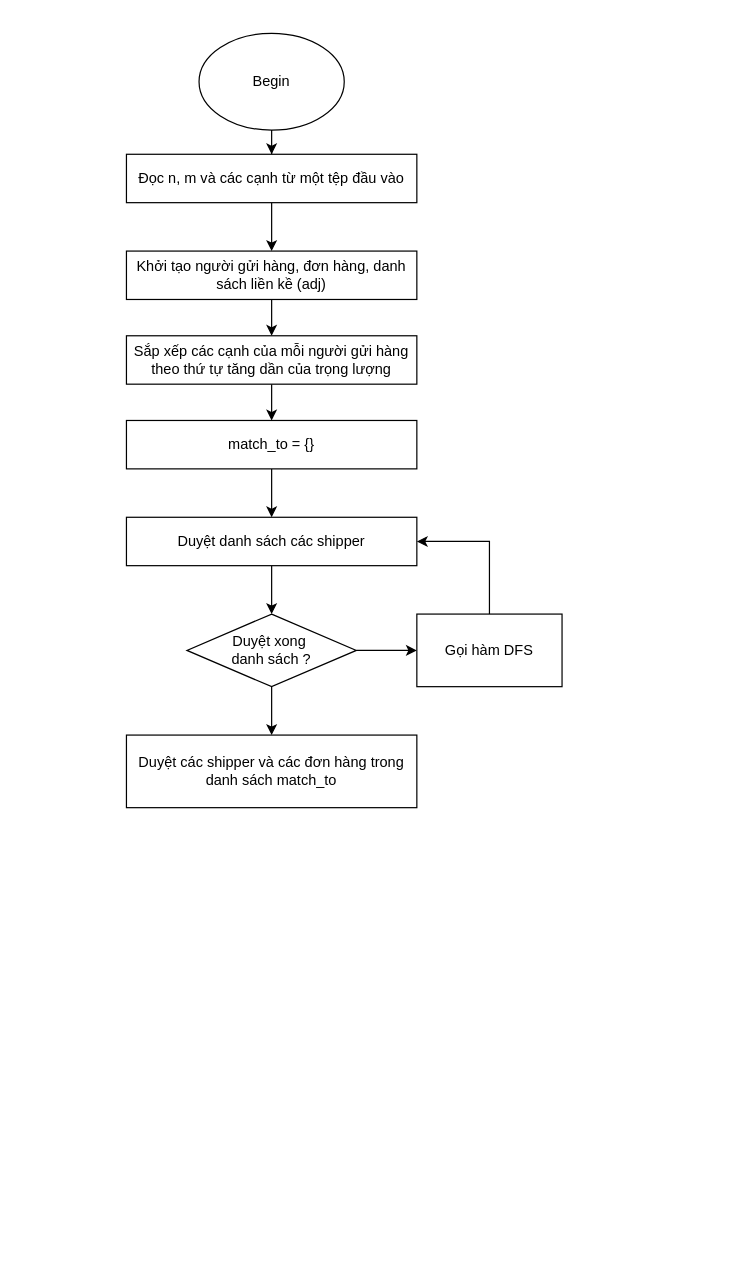
Earlier version of the draw.io diagram DFS.drawio (106210049/OOP_excercise). Source tidied: cells renumbered, new cells numbered last; positions are measured from the earlier drawing's top-left corner, leaving out a move shared by most shapes. Both pictures are drawn from the tidied source at 121%, with x=0, y=0 at pixel (126, 33).
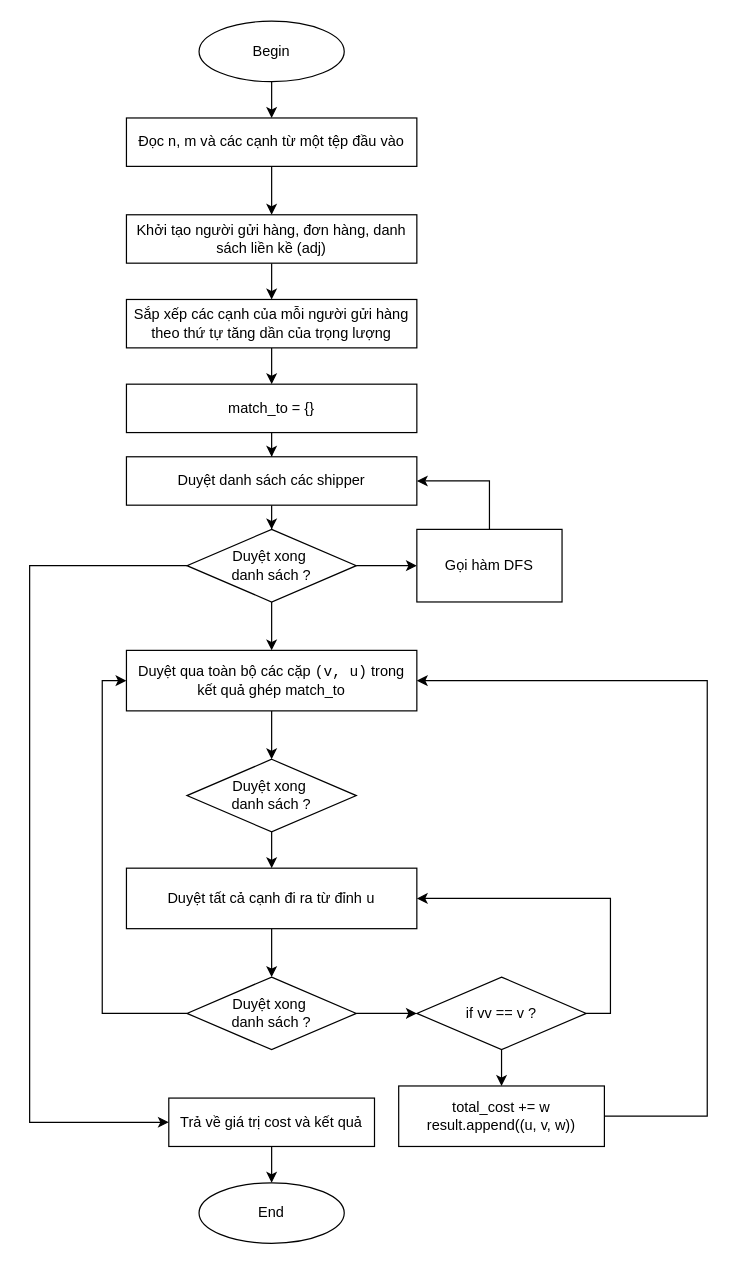
The same diagram, later.

Change to the diagram source:
```diff
@@
     <mxCell id="3" value="Begin" style="ellipse;whiteSpace=wrap;html=1;" parent="1" vertex="1">
-      <mxGeometry x="60" width="120" height="80" as="geometry" />
+      <mxGeometry x="60" y="-10" width="120" height="50" as="geometry" />
     </mxCell>
@@
     <mxCell id="5" value="Đọc n, m và các cạnh từ một tệp đầu vào" style="rounded=0;whiteSpace=wrap;html=1;" parent="1" vertex="1">
-      <mxGeometry y="100" width="240" height="40" as="geometry" />
+      <mxGeometry y="70" width="240" height="40" as="geometry" />
     </mxCell>
@@
     <mxCell id="7" value="Khởi tạo người gửi hàng, đơn hàng, danh sách liền kề (adj)" style="rounded=0;whiteSpace=wrap;html=1;" parent="1" vertex="1">
-      <mxGeometry y="180" width="240" height="40" as="geometry" />
+      <mxGeometry y="150" width="240" height="40" as="geometry" />
     </mxCell>
@@
     <mxCell id="9" value="Sắp xếp các cạnh của mỗi người gửi hàng theo thứ tự tăng dần của trọng lượng" style="rounded=0;whiteSpace=wrap;html=1;" parent="1" vertex="1">
-      <mxGeometry y="250" width="240" height="40" as="geometry" />
+      <mxGeometry y="220" width="240" height="40" as="geometry" />
     </mxCell>
@@
     <mxCell id="11" value="match_to = {}" style="rounded=0;whiteSpace=wrap;html=1;" parent="1" vertex="1">
-      <mxGeometry y="320" width="240" height="40" as="geometry" />
+      <mxGeometry y="290" width="240" height="40" as="geometry" />
     </mxCell>
@@
     <mxCell id="13" value="Duyệt danh sách các shipper" style="rounded=0;whiteSpace=wrap;html=1;" parent="1" vertex="1">
-      <mxGeometry y="400" width="240" height="40" as="geometry" />
+      <mxGeometry y="350" width="240" height="40" as="geometry" />
     </mxCell>
@@
+    <mxCell id="20" style="edgeStyle=orthogonalEdgeStyle;rounded=0;jettySize=auto;html=1;exitX=0;exitY=0.5;exitDx=0;exitDy=0;entryX=0;entryY=0.5;entryDx=0;entryDy=0;" parent="1" edge="1" source="16" target="35">
+      <mxGeometry relative="1" as="geometry">
+        <Array as="points">
+          <mxPoint x="-80" y="440" />
+          <mxPoint x="-80" y="900" />
+        </Array>
+      </mxGeometry>
+    </mxCell>
     <mxCell id="16" value="Duyệt xong&amp;nbsp;&lt;div&gt;danh sách ?&lt;/div&gt;" style="rhombus;whiteSpace=wrap;html=1;" parent="1" vertex="1">
-      <mxGeometry x="50" y="480" width="140" height="60" as="geometry" />
+      <mxGeometry x="50" y="410" width="140" height="60" as="geometry" />
     </mxCell>
@@
     <mxCell id="18" value="Gọi hàm DFS" style="rounded=0;whiteSpace=wrap;html=1;" parent="1" vertex="1">
-      <mxGeometry x="240" y="480" width="120" height="60" as="geometry" />
+      <mxGeometry x="240" y="410" width="120" height="60" as="geometry" />
     </mxCell>
+    <mxCell id="21" style="edgeStyle=orthogonalEdgeStyle;rounded=0;jettySize=auto;html=1;" parent="1" edge="1" source="19" target="23">
+      <mxGeometry relative="1" as="geometry" />
+    </mxCell>
-    <mxCell id="19" value="Duyệt các shipper và các đơn hàng trong danh sách match_to" style="rounded=0;whiteSpace=wrap;html=1;" parent="1" vertex="1">
-      <mxGeometry y="580" width="240" height="60" as="geometry" />
+    <mxCell id="19" value="Duyệt qua toàn bộ các cặp &lt;code&gt;(v, u)&lt;/code&gt; trong kết quả ghép match_to" style="rounded=0;whiteSpace=wrap;html=1;" parent="1" vertex="1">
+      <mxGeometry y="510" width="240" height="50" as="geometry" />
     </mxCell>
+    <mxCell id="22" style="edgeStyle=orthogonalEdgeStyle;rounded=0;jettySize=auto;html=1;" parent="1" edge="1" source="23" target="25">
+      <mxGeometry relative="1" as="geometry" />
+    </mxCell>
+    <mxCell id="23" value="Duyệt xong&amp;nbsp;&lt;div&gt;danh sách ?&lt;/div&gt;" style="rhombus;whiteSpace=wrap;html=1;" parent="1" vertex="1">
+      <mxGeometry x="50" y="600" width="140" height="60" as="geometry" />
+    </mxCell>
+    <mxCell id="24" style="edgeStyle=orthogonalEdgeStyle;rounded=0;jettySize=auto;html=1;" parent="1" edge="1" source="25" target="28">
+      <mxGeometry relative="1" as="geometry" />
+    </mxCell>
+    <mxCell id="25" value="Duyệt tất cả cạnh đi ra từ đỉnh &lt;code&gt;u&lt;/code&gt;" style="rounded=0;whiteSpace=wrap;html=1;" parent="1" vertex="1">
+      <mxGeometry y="690" width="240" height="50" as="geometry" />
+    </mxCell>
+    <mxCell id="26" style="edgeStyle=orthogonalEdgeStyle;rounded=0;jettySize=auto;html=1;exitX=1;exitY=0.5;exitDx=0;exitDy=0;entryX=0;entryY=0.5;entryDx=0;entryDy=0;" parent="1" edge="1" source="28" target="31">
+      <mxGeometry relative="1" as="geometry" />
+    </mxCell>
+    <mxCell id="27" style="edgeStyle=orthogonalEdgeStyle;rounded=0;jettySize=auto;html=1;entryX=0;entryY=0.5;entryDx=0;entryDy=0;" parent="1" edge="1" source="28" target="19">
+      <mxGeometry relative="1" as="geometry">
+        <Array as="points">
+          <mxPoint x="-20" y="810" />
+          <mxPoint x="-20" y="535" />
+        </Array>
+      </mxGeometry>
+    </mxCell>
+    <mxCell id="28" value="Duyệt xong&amp;nbsp;&lt;div&gt;danh sách ?&lt;/div&gt;" style="rhombus;whiteSpace=wrap;html=1;" parent="1" vertex="1">
+      <mxGeometry x="50" y="780" width="140" height="60" as="geometry" />
+    </mxCell>
+    <mxCell id="29" style="edgeStyle=orthogonalEdgeStyle;rounded=0;jettySize=auto;html=1;" parent="1" edge="1" source="31" target="33">
+      <mxGeometry relative="1" as="geometry" />
+    </mxCell>
+    <mxCell id="30" style="edgeStyle=orthogonalEdgeStyle;rounded=0;jettySize=auto;html=1;exitX=1;exitY=0.5;exitDx=0;exitDy=0;entryX=1;entryY=0.5;entryDx=0;entryDy=0;" parent="1" edge="1" source="31" target="25">
+      <mxGeometry relative="1" as="geometry" />
+    </mxCell>
+    <mxCell id="31" value="if vv == v ?" style="rhombus;whiteSpace=wrap;html=1;" parent="1" vertex="1">
+      <mxGeometry x="240" y="780" width="140" height="60" as="geometry" />
+    </mxCell>
+    <mxCell id="32" style="edgeStyle=orthogonalEdgeStyle;rounded=0;jettySize=auto;html=1;entryX=1;entryY=0.5;entryDx=0;entryDy=0;" parent="1" edge="1" source="33" target="19">
+      <mxGeometry relative="1" as="geometry">
+        <Array as="points">
+          <mxPoint x="480" y="895" />
+          <mxPoint x="480" y="535" />
+        </Array>
+      </mxGeometry>
+    </mxCell>
+    <mxCell id="33" value="total_cost += w&lt;div&gt;result.append((u, v, w))&lt;/div&gt;" style="rounded=0;whiteSpace=wrap;html=1;" parent="1" vertex="1">
+      <mxGeometry x="225" y="870" width="170" height="50" as="geometry" />
+    </mxCell>
+    <mxCell id="34" style="edgeStyle=orthogonalEdgeStyle;rounded=0;jettySize=auto;html=1;" parent="1" edge="1" source="35" target="36">
+      <mxGeometry relative="1" as="geometry" />
+    </mxCell>
+    <mxCell id="35" value="Trả về giá trị cost và kết quả" style="rounded=0;whiteSpace=wrap;html=1;" parent="1" vertex="1">
+      <mxGeometry x="35" y="880" width="170" height="40" as="geometry" />
+    </mxCell>
+    <mxCell id="36" value="End" style="ellipse;whiteSpace=wrap;html=1;" parent="1" vertex="1">
+      <mxGeometry x="60" y="950" width="120" height="50" as="geometry" />
+    </mxCell>
```
